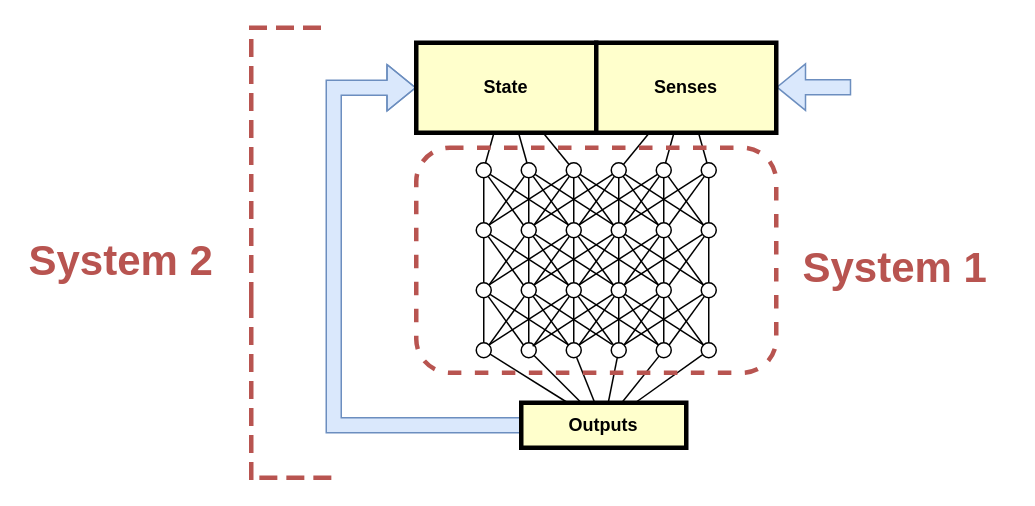
The draw.io diagram page "systems-1-and-2" (8 of 9) of files/A-theory-of-consciousness.drawio in malcolmlett/malcolmlett.github.io, before the edit. Source tidied: cells renumbered, new cells numbered last; positions are measured from the earlier drawing's top-left corner, leaving out a move shared by most shapes. Both pictures are drawn from the tidied source at 150%, with x=0, y=0 at pixel (26, 27).
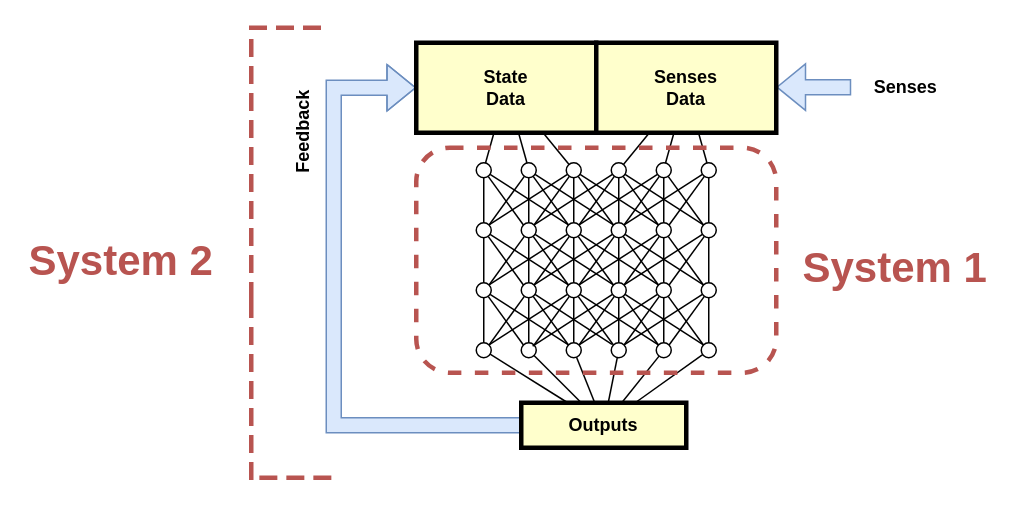
The same page after the edit.

Change to the diagram source:
```diff
@@
-    <mxCell id="4" value="State" style="whiteSpace=wrap;html=1;strokeWidth=3;fillColor=#FFFFCC;strokeColor=#000000;fontStyle=1;" parent="1" vertex="1">
+    <mxCell id="4" value="State&lt;br&gt;Data" style="whiteSpace=wrap;html=1;strokeWidth=3;fillColor=#FFFFCC;strokeColor=#000000;fontStyle=1;" parent="1" vertex="1">
       <mxGeometry x="260" y="10" width="120" height="60" as="geometry" />
     </mxCell>
@@
-    <mxCell id="6" value="Senses" style="whiteSpace=wrap;html=1;strokeWidth=3;fillColor=#FFFFCC;strokeColor=#000000;fontStyle=1;" parent="1" vertex="1">
+    <mxCell id="6" value="Senses&lt;br&gt;Data" style="whiteSpace=wrap;html=1;strokeWidth=3;fillColor=#FFFFCC;strokeColor=#000000;fontStyle=1;" parent="1" vertex="1">
       <mxGeometry x="380" y="10" width="120" height="60" as="geometry" />
     </mxCell>
@@
     <mxCell id="118" style="group;" parent="1" vertex="1">
-      <mxGeometry x="150" width="51.9" height="300" as="geometry" />
+      <mxGeometry x="150" width="84.7" height="300" as="geometry" />
     </mxCell>
@@
+    <mxCell id="122" value="Feedback" style="text;html=1;align=center;verticalAlign=middle;fontStyle=1;rotation=-90;" parent="118" vertex="1">
+      <mxGeometry y="60" width="70" height="20" as="geometry" />
+    </mxCell>
@@
+    <mxCell id="123" value="Senses" style="text;html=1;align=center;verticalAlign=middle;fontStyle=1;" parent="1" vertex="1">
+      <mxGeometry x="556" y="30" width="60" height="20" as="geometry" />
+    </mxCell>
```
